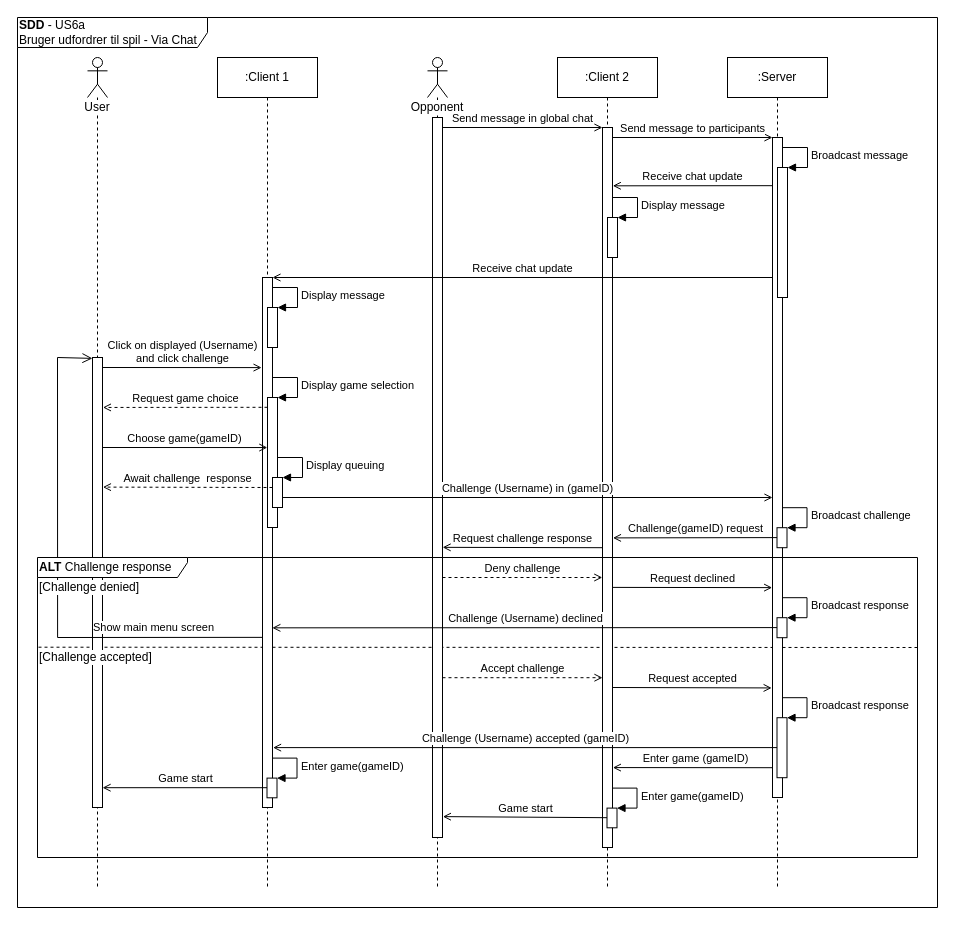
Macradon/I7BAC-PlugNPlay keeps this draw.io diagram as page "SSD" (1 of 2) of diagrams/arkitektur/US6a_challenge-chat.drawio. Above is the earlier version. Source tidied: cells renumbered, new cells numbered last; positions are measured from the earlier drawing's top-left corner, leaving out a move shared by most shapes. Both pictures are drawn from the tidied source at 100%, with x=0, y=0 at pixel (17, 17).
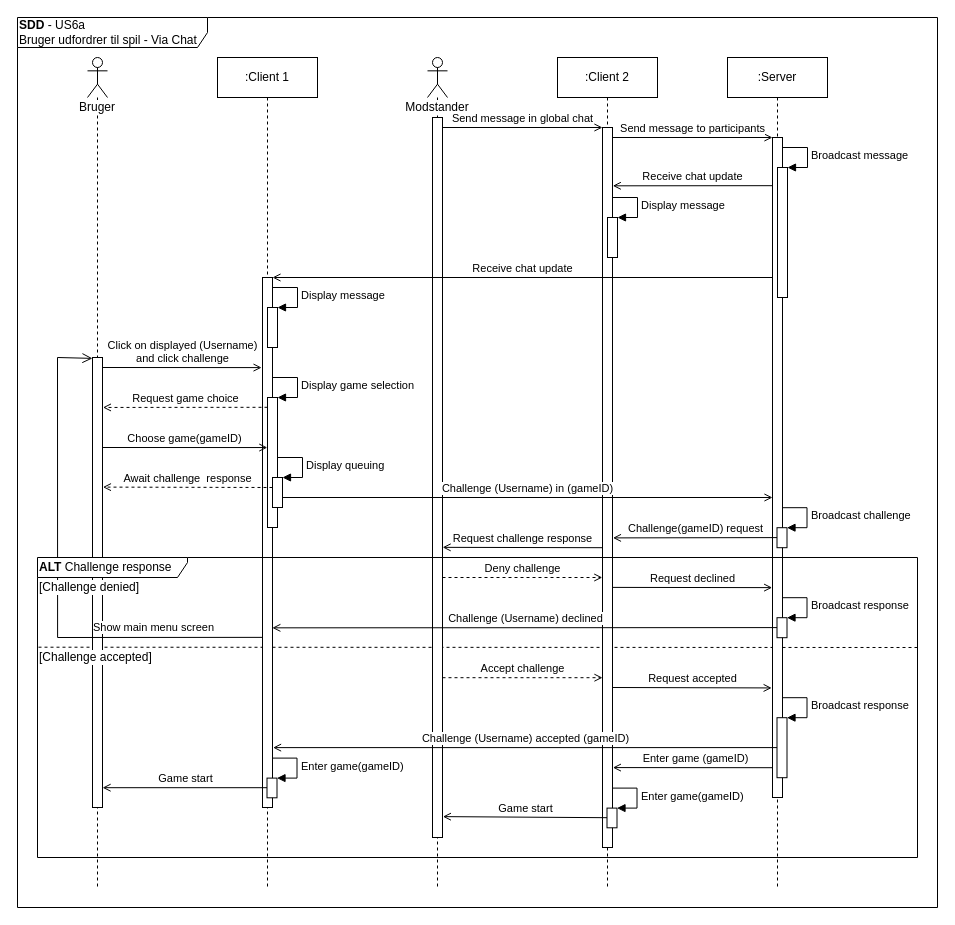
Above is the later version.

Commit message:
Actor names updated in US6

The edit, as a diff of the source:
```diff
@@
-    <mxCell id="5" value="Opponent" style="shape=umlLifeline;participant=umlActor;perimeter=lifelinePerimeter;whiteSpace=wrap;html=1;verticalAlign=top;spacingTop=36;labelBackgroundColor=#ffffff;" parent="1" vertex="1">
+    <mxCell id="5" value="Modstander" style="shape=umlLifeline;participant=umlActor;perimeter=lifelinePerimeter;whiteSpace=wrap;html=1;verticalAlign=top;spacingTop=36;labelBackgroundColor=#ffffff;" parent="1" vertex="1">
       <mxGeometry x="410" y="40" width="20" height="830" as="geometry" />
     </mxCell>
@@
-    <mxCell id="7" value="User" style="shape=umlLifeline;participant=umlActor;perimeter=lifelinePerimeter;whiteSpace=wrap;html=1;verticalAlign=top;spacingTop=36;labelBackgroundColor=#ffffff;" parent="1" vertex="1">
+    <mxCell id="7" value="Bruger" style="shape=umlLifeline;participant=umlActor;perimeter=lifelinePerimeter;whiteSpace=wrap;html=1;verticalAlign=top;spacingTop=36;labelBackgroundColor=#ffffff;" parent="1" vertex="1">
       <mxGeometry x="70" y="40" width="20" height="830" as="geometry" />
     </mxCell>
```
